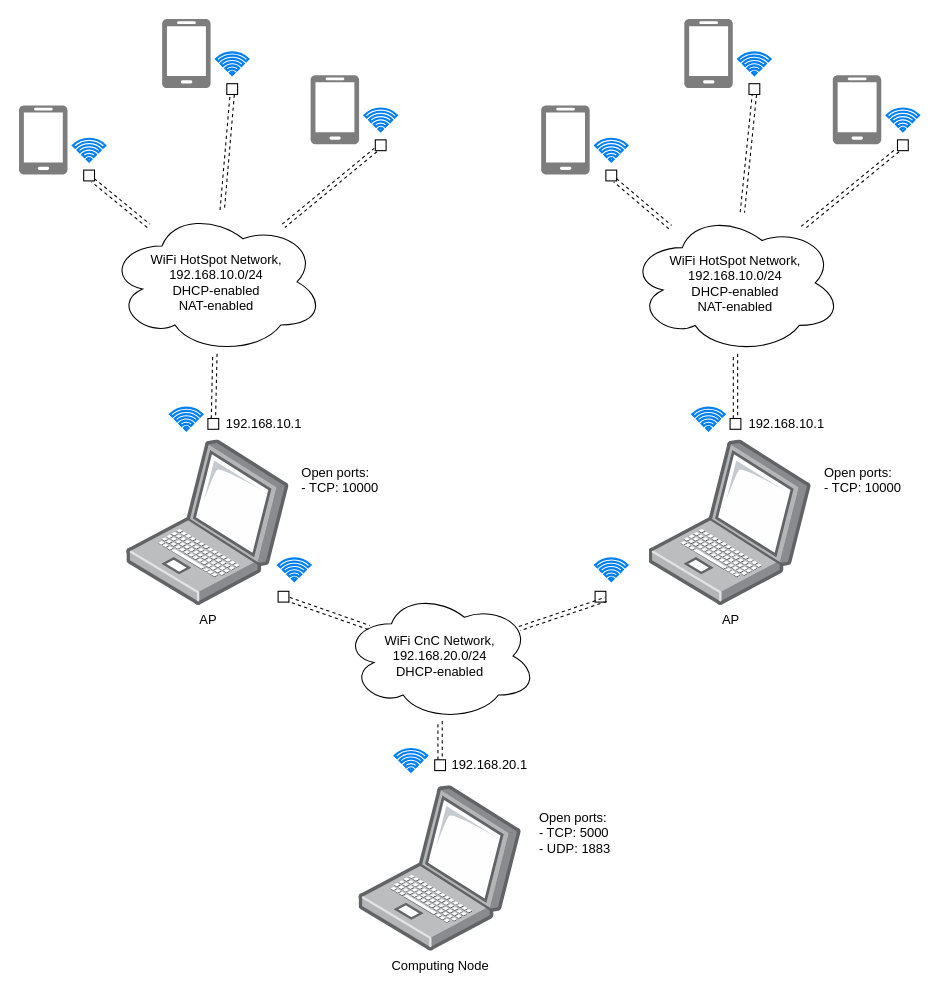
Kirkirillka/GPS_Tracker keeps this draw.io diagram as page "Network_Diagram" (3 of 3) of docs/report/experiment/images/Deployment Diagram.drawio. Above is the earlier version. Source tidied: cells renumbered, new cells numbered last; positions are measured from the earlier drawing's top-left corner, leaving out a move shared by most shapes. Both pictures are drawn from the tidied source at 108%, with x=0, y=0 at pixel (18, 18).
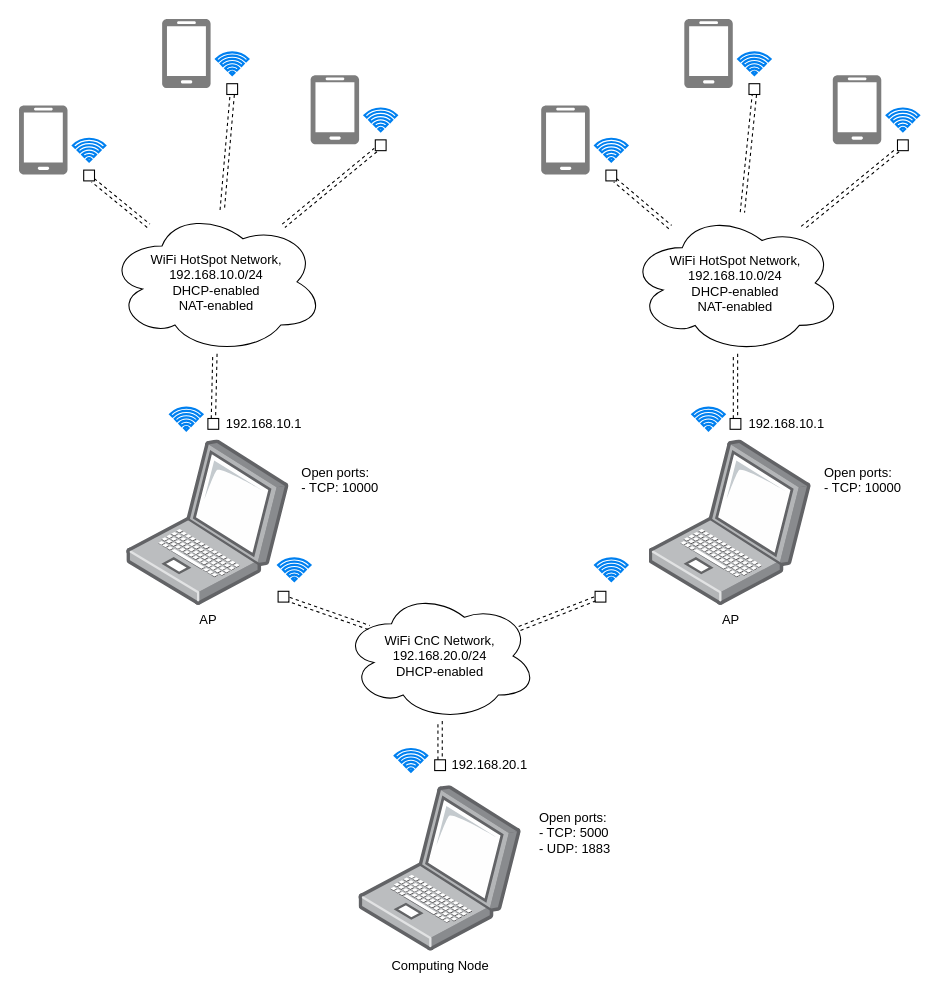
The same diagram, later.

Unchanged cells that the change refers to:
```xml
<mxCell id="47" style="whiteSpace=wrap;html=1;" parent="1" vertex="1">
  <mxGeometry x="533.5" y="530" width="10" height="10" as="geometry" />
</mxCell>
```

Diff of the diagram source:
```diff
@@
-    <mxCell id="57" style="shape=link;html=1;dashed=1;startArrow=none;startFill=0;endArrow=open;endFill=0;entryX=1;entryY=0.75;entryDx=0;entryDy=0;" parent="1" edge="1" target="47">
+    <mxCell id="57" style="shape=link;html=1;dashed=1;startArrow=none;startFill=0;endArrow=open;endFill=0;" parent="1" edge="1" target="47">
       <mxGeometry relative="1" as="geometry">
         <mxPoint x="463.5" y="564.5" as="sourcePoint" />
       </mxGeometry>
     </mxCell>
```
